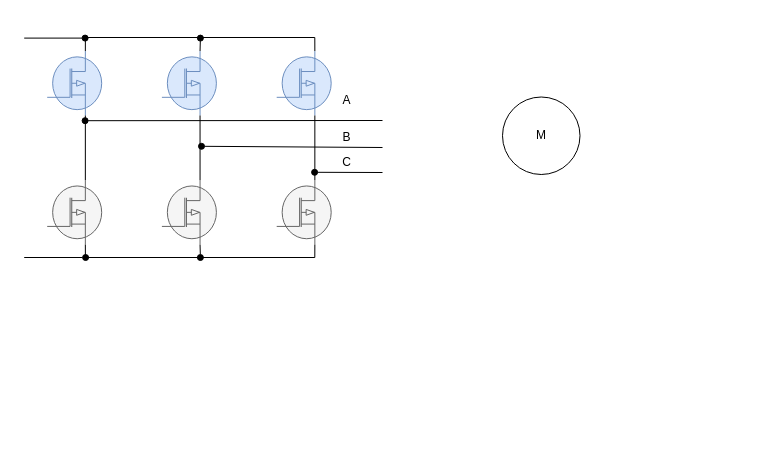
This is page "输出相线采样" (6 of 6) of 电驱芯片外设介绍.drawio from Vinson-001/Blog-flow-chart, a draw.io file, before an edit. Source tidied: cells renumbered, new cells numbered last; positions are measured from the earlier drawing's top-left corner, leaving out a move shared by most shapes. Both pictures are drawn from the tidied source at 100%, with x=0, y=0 at pixel (18, 17).
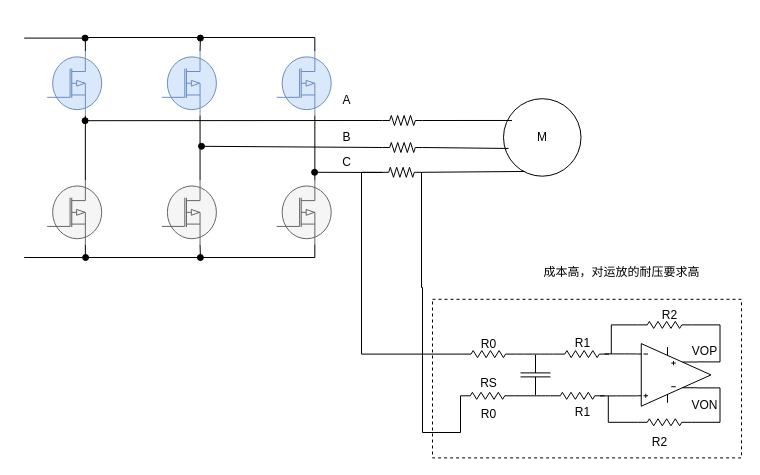
The same page after the edit.

Change to the diagram source:
```diff
@@
     <mxCell id="2" value="M" style="ellipse;whiteSpace=wrap;html=1;" parent="1" vertex="1">
-      <mxGeometry x="484" y="79.5" width="77.5" height="77.5" as="geometry" />
+      <mxGeometry x="485" y="81.2" width="77.5" height="77.5" as="geometry" />
     </mxCell>
@@
+    <mxCell id="25" style="verticalLabelPosition=bottom;shadow=0;dashed=0;align=center;html=1;verticalAlign=top;shape=mxgraph.electrical.resistors.resistor_2;" parent="1" vertex="1">
+      <mxGeometry x="364" y="98" width="40" height="10" as="geometry" />
+    </mxCell>
+    <mxCell id="26" style="edgeStyle=none;rounded=0;jettySize=auto;html=1;exitX=1;exitY=0.5;exitDx=0;exitDy=0;exitPerimeter=0;entryX=0.11;entryY=0.281;entryDx=0;entryDy=0;entryPerimeter=0;endArrow=none;endFill=0;" parent="1" edge="1" source="25" target="2">
+      <mxGeometry relative="1" as="geometry" />
+    </mxCell>
+    <mxCell id="27" style="verticalLabelPosition=bottom;shadow=0;dashed=0;align=center;html=1;verticalAlign=top;shape=mxgraph.electrical.resistors.resistor_2;" parent="1" vertex="1">
+      <mxGeometry x="364" y="125" width="40" height="10" as="geometry" />
+    </mxCell>
+    <mxCell id="28" style="edgeStyle=none;rounded=0;jettySize=auto;html=1;exitX=1;exitY=0.5;exitDx=0;exitDy=0;exitPerimeter=0;entryX=0.065;entryY=0.642;entryDx=0;entryDy=0;entryPerimeter=0;endArrow=none;endFill=0;" parent="1" edge="1" source="27" target="2">
+      <mxGeometry relative="1" as="geometry" />
+    </mxCell>
+    <mxCell id="29" style="verticalLabelPosition=bottom;shadow=0;dashed=0;align=center;html=1;verticalAlign=top;shape=mxgraph.electrical.resistors.resistor_2;" parent="1" vertex="1">
+      <mxGeometry x="363" y="149.8" width="40" height="10" as="geometry" />
+    </mxCell>
+    <mxCell id="30" style="edgeStyle=none;rounded=0;jettySize=auto;html=1;exitX=1;exitY=0.5;exitDx=0;exitDy=0;exitPerimeter=0;entryX=0.271;entryY=0.939;entryDx=0;entryDy=0;entryPerimeter=0;endArrow=none;endFill=0;" parent="1" edge="1" source="29" target="2">
+      <mxGeometry relative="1" as="geometry" />
+    </mxCell>
+    <mxCell id="31" style="verticalLabelPosition=bottom;shadow=0;dashed=0;align=center;html=1;verticalAlign=top;shape=mxgraph.electrical.resistors.resistor_2;" parent="1" vertex="1">
+      <mxGeometry x="536.5" y="333.1" width="54" height="7" as="geometry" />
+    </mxCell>
+    <mxCell id="32" style="edgeStyle=orthogonalEdgeStyle;curved=1;rounded=0;jettySize=auto;html=1;exitX=0;exitY=0.165;exitDx=0;exitDy=0;exitPerimeter=0;endArrow=none;endFill=0;" parent="1" edge="1" source="34">
+      <mxGeometry relative="1" as="geometry">
+        <mxPoint x="586" y="336.6" as="targetPoint" />
+      </mxGeometry>
+    </mxCell>
+    <mxCell id="33" style="edgeStyle=orthogonalEdgeStyle;curved=1;rounded=0;jettySize=auto;html=1;exitX=0;exitY=0.835;exitDx=0;exitDy=0;exitPerimeter=0;endArrow=none;endFill=0;" parent="1" edge="1" source="34">
+      <mxGeometry relative="1" as="geometry">
+        <mxPoint x="581.5" y="378.3" as="targetPoint" />
+      </mxGeometry>
+    </mxCell>
+    <mxCell id="34" style="verticalLabelPosition=bottom;shadow=0;dashed=0;align=center;html=1;verticalAlign=top;shape=mxgraph.electrical.abstract.operational_amp_2;" parent="1" vertex="1">
+      <mxGeometry x="619" y="326.1" width="73.5" height="62.6" as="geometry" />
+    </mxCell>
+    <mxCell id="35" value="R1" style="text;html=1;align=center;verticalAlign=middle;strokeColor=none;fillColor=none;" parent="1" vertex="1">
+      <mxGeometry x="544" y="310.8" width="40" height="30" as="geometry" />
+    </mxCell>
+    <mxCell id="36" style="verticalLabelPosition=bottom;shadow=0;dashed=0;align=center;html=1;verticalAlign=top;shape=mxgraph.electrical.resistors.resistor_2;" parent="1" vertex="1">
+      <mxGeometry x="532" y="374.8" width="54" height="7" as="geometry" />
+    </mxCell>
+    <mxCell id="37" value="R1" style="text;html=1;align=center;verticalAlign=middle;strokeColor=none;fillColor=none;" parent="1" vertex="1">
+      <mxGeometry x="544" y="380.4" width="40" height="30" as="geometry" />
+    </mxCell>
+    <mxCell id="38" value="R2" style="text;html=1;align=center;verticalAlign=middle;strokeColor=none;fillColor=none;" parent="1" vertex="1">
+      <mxGeometry x="631" y="283" width="40" height="30" as="geometry" />
+    </mxCell>
+    <mxCell id="39" style="edgeStyle=orthogonalEdgeStyle;rounded=0;jettySize=auto;html=1;exitX=0;exitY=0.5;exitDx=0;exitDy=0;exitPerimeter=0;endArrow=none;endFill=0;" parent="1" edge="1" source="40">
+      <mxGeometry relative="1" as="geometry">
+        <mxPoint x="592.8" y="336.6" as="targetPoint" />
+      </mxGeometry>
+    </mxCell>
+    <mxCell id="40" style="verticalLabelPosition=bottom;shadow=0;dashed=0;align=center;html=1;verticalAlign=top;shape=mxgraph.electrical.resistors.resistor_2;" parent="1" vertex="1">
+      <mxGeometry x="619" y="303.9" width="54" height="7" as="geometry" />
+    </mxCell>
+    <mxCell id="41" style="edgeStyle=orthogonalEdgeStyle;rounded=0;jettySize=auto;html=1;exitX=0;exitY=0.5;exitDx=0;exitDy=0;exitPerimeter=0;endArrow=none;endFill=0;" parent="1" edge="1" source="42">
+      <mxGeometry relative="1" as="geometry">
+        <mxPoint x="589.8" y="378.3" as="targetPoint" />
+      </mxGeometry>
+    </mxCell>
+    <mxCell id="42" style="verticalLabelPosition=bottom;shadow=0;dashed=0;align=center;html=1;verticalAlign=top;shape=mxgraph.electrical.resistors.resistor_2;" parent="1" vertex="1">
+      <mxGeometry x="619" y="401.3" width="54" height="7" as="geometry" />
+    </mxCell>
+    <mxCell id="43" value="R2" style="text;html=1;align=center;verticalAlign=middle;strokeColor=none;fillColor=none;" parent="1" vertex="1">
+      <mxGeometry x="621" y="410.4" width="40" height="30" as="geometry" />
+    </mxCell>
+    <mxCell id="44" style="edgeStyle=orthogonalEdgeStyle;rounded=0;jettySize=auto;html=1;exitX=1;exitY=0.5;exitDx=0;exitDy=0;exitPerimeter=0;entryX=0.815;entryY=0.708;entryDx=0;entryDy=0;entryPerimeter=0;endArrow=none;endFill=0;" parent="1" edge="1" source="42" target="34">
+      <mxGeometry relative="1" as="geometry">
+        <Array as="points">
+          <mxPoint x="701.5" y="404.7" />
+          <mxPoint x="701.5" y="370.7" />
+        </Array>
+      </mxGeometry>
+    </mxCell>
+    <mxCell id="45" style="edgeStyle=orthogonalEdgeStyle;rounded=0;jettySize=auto;html=1;exitX=1;exitY=0.5;exitDx=0;exitDy=0;exitPerimeter=0;entryX=0.815;entryY=0.292;entryDx=0;entryDy=0;entryPerimeter=0;endArrow=none;endFill=0;" parent="1" edge="1" source="40" target="34">
+      <mxGeometry relative="1" as="geometry">
+        <Array as="points">
+          <mxPoint x="701.5" y="307.3" />
+          <mxPoint x="701.5" y="344.2" />
+        </Array>
+      </mxGeometry>
+    </mxCell>
+    <mxCell id="46" style="verticalLabelPosition=bottom;shadow=0;dashed=0;align=center;html=1;verticalAlign=top;shape=mxgraph.electrical.resistors.resistor_2;" parent="1" vertex="1">
+      <mxGeometry x="442.8" y="333.1" width="54" height="7" as="geometry" />
+    </mxCell>
+    <mxCell id="47" style="edgeStyle=orthogonalEdgeStyle;curved=1;rounded=0;jettySize=auto;html=1;exitX=0;exitY=0.5;exitDx=0;exitDy=0;exitPerimeter=0;entryX=1;entryY=0.5;entryDx=0;entryDy=0;entryPerimeter=0;endArrow=none;endFill=0;" parent="1" edge="1" source="31" target="46">
+      <mxGeometry relative="1" as="geometry" />
+    </mxCell>
+    <mxCell id="48" style="verticalLabelPosition=bottom;shadow=0;dashed=0;align=center;html=1;verticalAlign=top;shape=mxgraph.electrical.resistors.resistor_2;" parent="1" vertex="1">
+      <mxGeometry x="442" y="374.8" width="54" height="7" as="geometry" />
+    </mxCell>
+    <mxCell id="49" style="edgeStyle=orthogonalEdgeStyle;curved=1;rounded=0;jettySize=auto;html=1;exitX=0;exitY=0.5;exitDx=0;exitDy=0;exitPerimeter=0;entryX=1;entryY=0.5;entryDx=0;entryDy=0;entryPerimeter=0;endArrow=none;endFill=0;" parent="1" edge="1" source="36" target="48">
+      <mxGeometry relative="1" as="geometry" />
+    </mxCell>
+    <mxCell id="50" value="R0" style="text;html=1;align=center;verticalAlign=middle;strokeColor=none;fillColor=none;" parent="1" vertex="1">
+      <mxGeometry x="449.5" y="312.2" width="40" height="30" as="geometry" />
+    </mxCell>
+    <mxCell id="51" value="R0" style="text;html=1;align=center;verticalAlign=middle;strokeColor=none;fillColor=none;" parent="1" vertex="1">
+      <mxGeometry x="449.5" y="381.8" width="40" height="30" as="geometry" />
+    </mxCell>
+    <mxCell id="52" value="VOP" style="text;html=1;align=center;verticalAlign=middle;strokeColor=none;fillColor=none;" parent="1" vertex="1">
+      <mxGeometry x="661" y="319.2" width="50" height="30" as="geometry" />
+    </mxCell>
+    <mxCell id="53" value="VON" style="text;html=1;align=center;verticalAlign=middle;strokeColor=none;fillColor=none;" parent="1" vertex="1">
+      <mxGeometry x="661" y="373.4" width="50" height="30" as="geometry" />
+    </mxCell>
+    <mxCell id="54" style="rounded=0;whiteSpace=wrap;html=1;fillColor=none;dashed=1;" parent="1" vertex="1">
+      <mxGeometry x="414" y="281.8" width="309" height="158.6" as="geometry" />
+    </mxCell>
+    <mxCell id="55" value="RS" style="text;html=1;align=center;verticalAlign=middle;strokeColor=none;fillColor=none;" parent="1" vertex="1">
+      <mxGeometry x="449.5" y="350.5" width="40" height="30" as="geometry" />
+    </mxCell>
+    <mxCell id="56" style="verticalLabelPosition=bottom;shadow=0;dashed=0;align=center;html=1;verticalAlign=top;shape=mxgraph.electrical.capacitors.capacitor_1;direction=south;" parent="1" vertex="1">
+      <mxGeometry x="502" y="337.4" width="30" height="40" as="geometry" />
+    </mxCell>
+    <mxCell id="57" style="edgeStyle=orthogonalEdgeStyle;rounded=0;jettySize=auto;html=1;exitX=0;exitY=0.5;exitDx=0;exitDy=0;exitPerimeter=0;entryX=0;entryY=0.5;entryDx=0;entryDy=0;entryPerimeter=0;endArrow=none;endFill=0;" parent="1" edge="1" source="46" target="29">
+      <mxGeometry relative="1" as="geometry" />
+    </mxCell>
+    <mxCell id="58" style="edgeStyle=orthogonalEdgeStyle;rounded=0;jettySize=auto;html=1;exitX=0;exitY=0.5;exitDx=0;exitDy=0;exitPerimeter=0;entryX=1;entryY=0.5;entryDx=0;entryDy=0;entryPerimeter=0;endArrow=none;endFill=0;" parent="1" edge="1" source="48" target="29">
+      <mxGeometry relative="1" as="geometry">
+        <Array as="points">
+          <mxPoint x="404" y="415" />
+          <mxPoint x="404" y="270" />
+          <mxPoint x="403" y="270" />
+        </Array>
+      </mxGeometry>
+    </mxCell>
+    <mxCell id="59" value="成本高，对运放的耐压要求高" style="text;html=1;align=center;verticalAlign=middle;strokeColor=none;fillColor=none;" parent="1" vertex="1">
+      <mxGeometry x="512.5" y="240" width="180" height="30" as="geometry" />
+    </mxCell>
```
